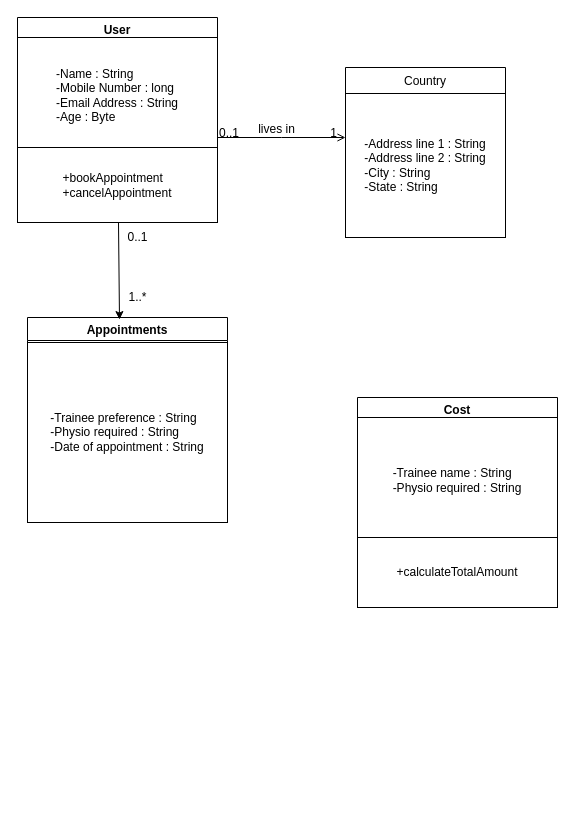
This is Untitled Diagram.drawio from devenshettyss/gitpractice, a draw.io file, before an edit. Source tidied: cells renumbered, new cells numbered last; positions are measured from the earlier drawing's top-left corner, leaving out a move shared by most shapes. Both pictures are drawn from the tidied source at 100%, with x=0, y=0 at pixel (17, 17).
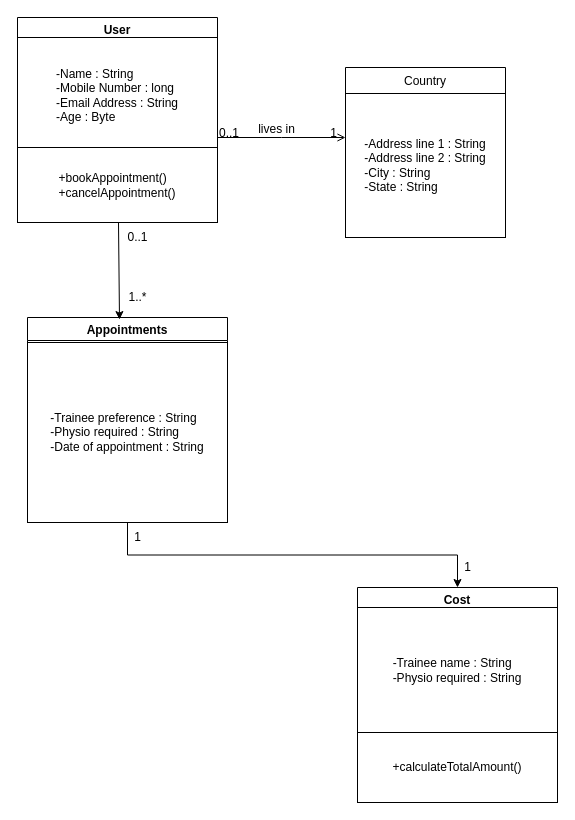
The same page after the edit.

The change refers to these unchanged cells:
```xml
<mxCell id="8" value="User" style="swimlane;" parent="1" vertex="1">
  <mxGeometry width="200" height="205" as="geometry" />
</mxCell>
<mxCell id="11" value="Appointments" style="swimlane;" parent="1" vertex="1">
  <mxGeometry x="10" y="300" width="200" height="205" as="geometry" />
</mxCell>
```

The edit, as a diff of the source:
```diff
@@
-    <mxCell id="10" value="&lt;div style=&quot;text-align: justify&quot;&gt;&lt;span&gt;+bookAppointment&lt;/span&gt;&lt;/div&gt;&lt;div style=&quot;text-align: justify&quot;&gt;&lt;span&gt;+cancelAppointment&lt;/span&gt;&lt;/div&gt;" style="rounded=0;whiteSpace=wrap;html=1;" parent="8" vertex="1">
+    <mxCell id="10" value="&lt;div style=&quot;text-align: justify&quot;&gt;&lt;span&gt;+bookAppointment()&lt;/span&gt;&lt;/div&gt;&lt;div style=&quot;text-align: justify&quot;&gt;&lt;span&gt;+cancelAppointment()&lt;/span&gt;&lt;/div&gt;" style="rounded=0;whiteSpace=wrap;html=1;" parent="8" vertex="1">
       <mxGeometry y="130" width="200" height="75" as="geometry" />
     </mxCell>
+    <mxCell id="19" style="edgeStyle=orthogonalEdgeStyle;rounded=0;jettySize=auto;html=1;exitX=0.5;exitY=1;exitDx=0;exitDy=0;entryX=0.5;entryY=0;entryDx=0;entryDy=0;" parent="1" edge="1" source="11" target="16">
+      <mxGeometry relative="1" as="geometry" />
+    </mxCell>
@@
     <mxCell id="16" value="Cost" style="swimlane;" parent="1" vertex="1">
-      <mxGeometry x="340" y="380" width="200" height="205" as="geometry" />
+      <mxGeometry x="340" y="570" width="200" height="215" as="geometry" />
     </mxCell>
@@
-    <mxCell id="18" value="+calculateTotalAmount" style="whiteSpace=wrap;html=1;" parent="1" vertex="1">
-      <mxGeometry x="340" y="520" width="200" height="70" as="geometry" />
+    <mxCell id="18" value="+calculateTotalAmount()" style="whiteSpace=wrap;html=1;" parent="16" vertex="1">
+      <mxGeometry y="145" width="200" height="70" as="geometry" />
     </mxCell>
+    <mxCell id="20" value="1" style="text;html=1;align=center;verticalAlign=middle;strokeColor=none;" parent="1" vertex="1">
+      <mxGeometry x="110" y="510" width="20" height="20" as="geometry" />
+    </mxCell>
+    <mxCell id="21" value="1" style="text;html=1;align=center;verticalAlign=middle;strokeColor=none;" parent="1" vertex="1">
+      <mxGeometry x="440" y="540" width="20" height="20" as="geometry" />
+    </mxCell>
```
